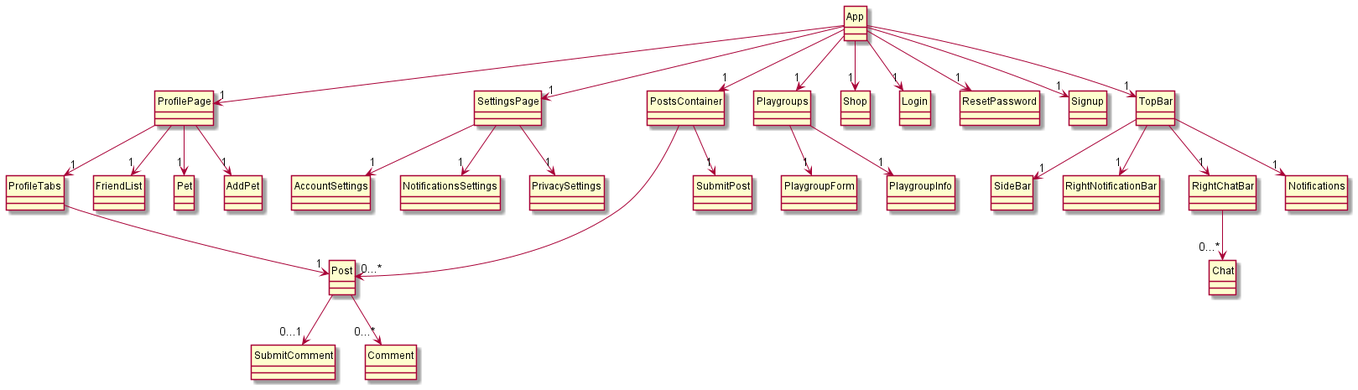
Before: docs/uml/ReactComponents.png, a diagram exported from PlantUML (bryanwhl/pet-social).
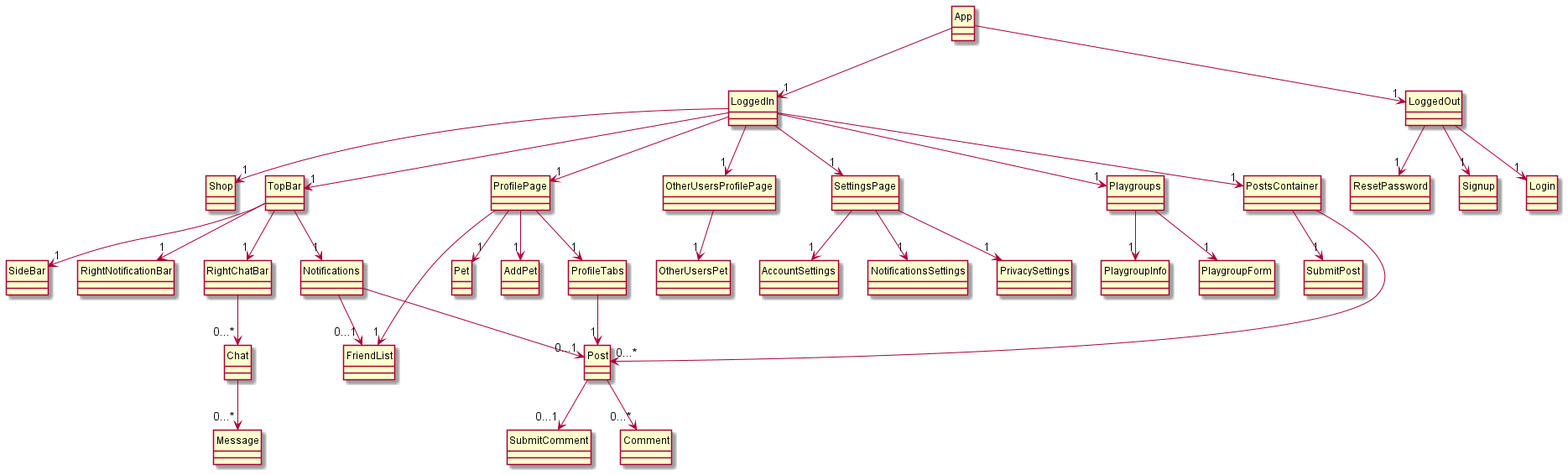
The same file after the commit.

Diff of the diagram source:
```diff
@@ -3,10 +3,14 @@
 skinparam classAttributeIconSize 0
 
 class App
+class LoggedIn
+class LoggedOut
 class ProfilePage
+class OtherUsersProfilePage
 class ProfileTabs
 class FriendList
 class Pet
+class OtherUsersPet
 class AddPet
 class SettingsPage
 class PostsContainer
@@ -29,19 +33,25 @@
 class RightNotificationBar
 class RightChatBar
 class Notifications
+class Message
 
-App -->"1" Login
-App -->"1" Signup
-App -->"1" ResetPassword
-App -->"1" PostsContainer
-App -->"1" ProfilePage
-App -->"1" SettingsPage
-App -->"1" Playgroups
-App -->"1" Shop
+App -->"1" LoggedIn
+App -->"1" LoggedOut
+
+LoggedOut -->"1" Login
+LoggedOut -->"1" Signup
+LoggedOut -->"1" ResetPassword
+LoggedIn -->"1" PostsContainer
+LoggedIn -->"1" ProfilePage
+LoggedIn -->"1" OtherUsersProfilePage
+LoggedIn -->"1" SettingsPage
+LoggedIn -->"1" Playgroups
+LoggedIn -->"1" Shop
 ProfilePage --> "1" ProfileTabs
 ProfilePage --> "1" FriendList
 ProfilePage --> "1" Pet
 ProfilePage --> "1" AddPet
+OtherUsersProfilePage --> "1" OtherUsersPet
 ProfileTabs --> "1" Post
 Playgroups --> "1" PlaygroupForm
 Playgroups --> "1" PlaygroupInfo
@@ -56,6 +66,9 @@
 TopBar --> "1" RightNotificationBar
 TopBar --> "1" RightChatBar
 TopBar --> "1" Notifications
+Notifications --> "0...1" FriendList
+Notifications --> "0...1" Post
 RightChatBar --> "0...*" Chat
-App --> "1" TopBar
+Chat --> "0...*" Message
+LoggedIn --> "1" TopBar
 @enduml
```
